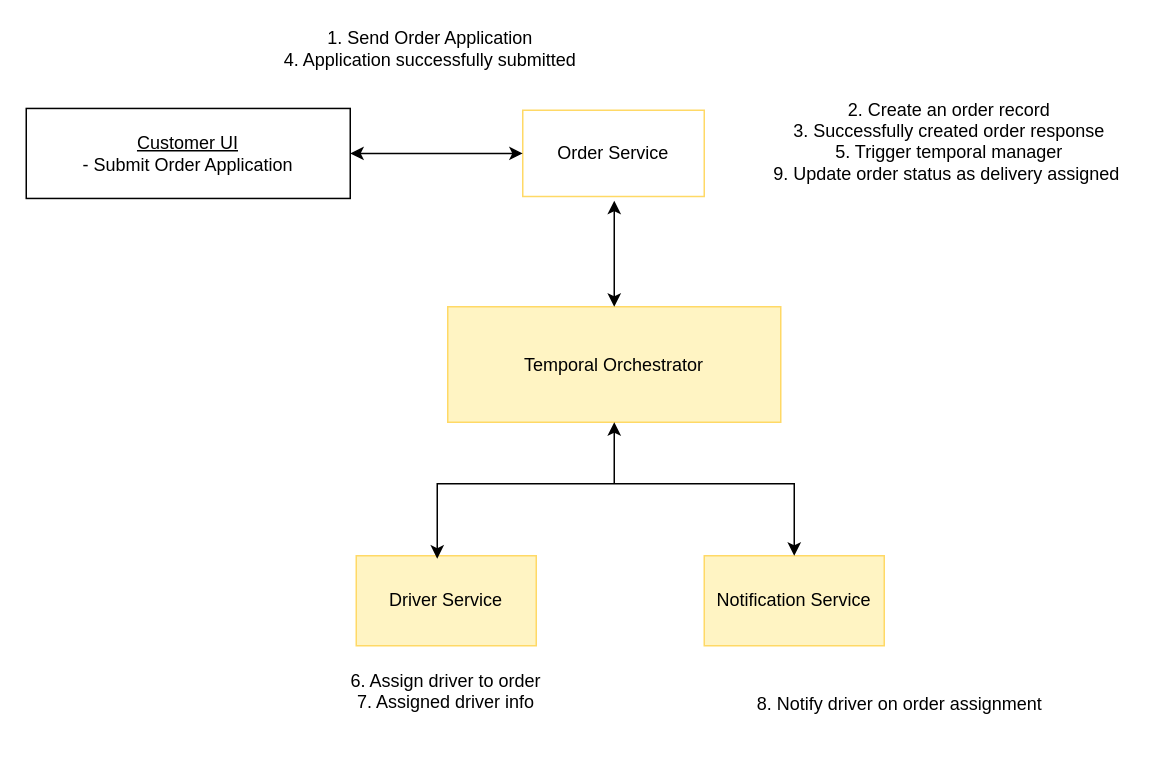
Above: diagrams/CustomerSubmitOrderRequest.drawio in darkliyznyanlin910/esd-2425T2 (draw.io), before the change. Source tidied: cells renumbered, new cells numbered last; positions are measured from the earlier drawing's top-left corner, leaving out a move shared by most shapes. Both pictures are drawn from the tidied source at 150%, with x=0, y=0 at pixel (26, 26).
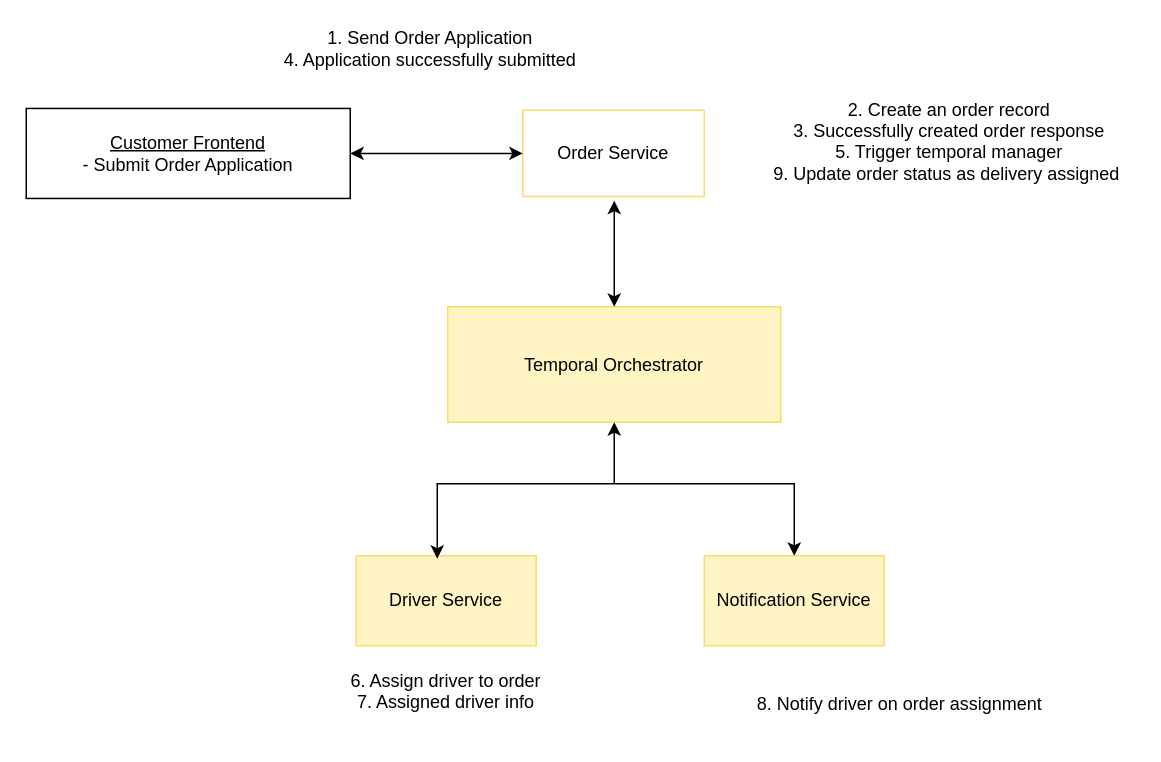
The same diagram, later.

Commit message:
customer ui to customer frontend

The edit, as a diff of the source:
```diff
@@
 <mxGraphModel>
   <root>
     <mxCell id="0" />
     <mxCell id="1" parent="0" />
-    <mxCell id="2" value="&lt;u&gt;Customer UI&lt;/u&gt;&lt;div&gt;- Submit Order Application&lt;/div&gt;" style="rounded=0;whiteSpace=wrap;html=1;" parent="1" vertex="1">
+    <mxCell id="2" value="&lt;u&gt;Customer Frontend&lt;/u&gt;&lt;div&gt;- Submit Order Application&lt;/div&gt;" style="rounded=0;whiteSpace=wrap;html=1;" parent="1" vertex="1">
       <mxGeometry y="54.8" width="216" height="60" as="geometry" />
     </mxCell>
     <mxCell id="3" value="Temporal Orchestrator" style="rounded=0;whiteSpace=wrap;html=1;fillColor=light-dark(#FFF4C3,var(--ge-dark-color, #121212));strokeColor=light-dark(#FFD966,#FFFFFF);" parent="1" vertex="1">
       <mxGeometry x="281" y="187" width="222" height="77" as="geometry" />
     </mxCell>
     <mxCell id="4" value="Order Service" style="rounded=0;whiteSpace=wrap;html=1;fillColor=none;strokeColor=light-dark(#FFD966,#FFFFFF);" parent="1" vertex="1">
       <mxGeometry x="331" y="56" width="121" height="57.5" as="geometry" />
     </mxCell>
     <mxCell id="5" value="Driver Service" style="rounded=0;whiteSpace=wrap;html=1;fillColor=light-dark(#FFF4C3,var(--ge-dark-color, #121212));strokeColor=light-dark(#FFD966,#FFFFFF);" parent="1" vertex="1">
       <mxGeometry x="220" y="353" width="120" height="60" as="geometry" />
     </mxCell>
     <mxCell id="6" value="Notification Service" style="rounded=0;whiteSpace=wrap;html=1;strokeColor=light-dark(#FFD966,#FFFFFF);fillColor=light-dark(#FFF4C3,var(--ge-dark-color, #121212));" parent="1" vertex="1">
       <mxGeometry x="452" y="353" width="120" height="60" as="geometry" />
     </mxCell>
     <mxCell id="7" value="1. Send Order Application&lt;div&gt;4. Application successfully submitted&lt;/div&gt;" style="text;html=1;align=center;verticalAlign=middle;whiteSpace=wrap;rounded=0;" parent="1" vertex="1">
       <mxGeometry x="150" width="239" height="30" as="geometry" />
     </mxCell>
     <mxCell id="8" value="2. Create an order record&lt;div&gt;3. Successfully created order response&lt;/div&gt;&lt;div&gt;5. Trigger temporal manager&lt;/div&gt;&lt;div&gt;9. Update order status as delivery assigned&amp;nbsp;&lt;/div&gt;&lt;div&gt;&lt;br&gt;&lt;/div&gt;" style="text;html=1;align=center;verticalAlign=middle;whiteSpace=wrap;rounded=0;" parent="1" vertex="1">
       <mxGeometry x="492" y="54.8" width="247" height="58" as="geometry" />
     </mxCell>
     <mxCell id="9" value="6. Assign driver to order&lt;div&gt;7. Assigned driver info&lt;br&gt;&lt;div&gt;&lt;br&gt;&lt;/div&gt;&lt;/div&gt;" style="text;html=1;align=center;verticalAlign=middle;whiteSpace=wrap;rounded=0;" parent="1" vertex="1">
       <mxGeometry x="193" y="436" width="174" height="30" as="geometry" />
     </mxCell>
     <mxCell id="10" style="endArrow=classic;html=1;rounded=0;entryX=0.5;entryY=1;entryDx=0;entryDy=0;" parent="1" edge="1" target="3">
       <mxGeometry relative="1" as="geometry">
         <mxPoint x="392" y="305" as="sourcePoint" />
       </mxGeometry>
     </mxCell>
     <mxCell id="11" value="8. Notify driver on order assignment&lt;div&gt;&lt;div&gt;&lt;br&gt;&lt;/div&gt;&lt;/div&gt;" style="text;html=1;align=center;verticalAlign=middle;whiteSpace=wrap;rounded=0;" parent="1" vertex="1">
       <mxGeometry x="484" y="444" width="197" height="30" as="geometry" />
     </mxCell>
     <mxCell id="12" style="endArrow=classic;startArrow=classic;html=1;rounded=0;" parent="1" edge="1" source="2" target="4">
       <mxGeometry relative="1" as="geometry" />
     </mxCell>
     <mxCell id="13" style="endArrow=classic;startArrow=classic;html=1;rounded=0;" parent="1" edge="1" source="3">
       <mxGeometry relative="1" as="geometry">
         <mxPoint x="392" y="116.3" as="targetPoint" />
       </mxGeometry>
     </mxCell>
     <mxCell id="14" style="endArrow=classic;startArrow=classic;html=1;rounded=0;exitX=0.45;exitY=0.033;exitDx=0;exitDy=0;exitPerimeter=0;entryX=0.5;entryY=0;entryDx=0;entryDy=0;" parent="1" edge="1" source="5" target="6">
       <mxGeometry relative="1" as="geometry">
         <Array as="points">
           <mxPoint x="274" y="305" />
           <mxPoint x="512" y="305" />
         </Array>
       </mxGeometry>
     </mxCell>
   </root>
 </mxGraphModel>
```
